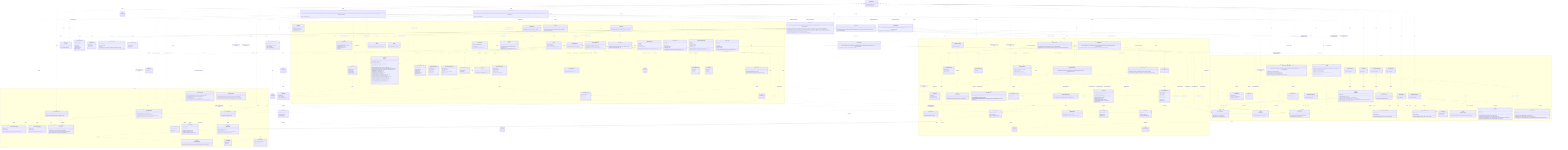
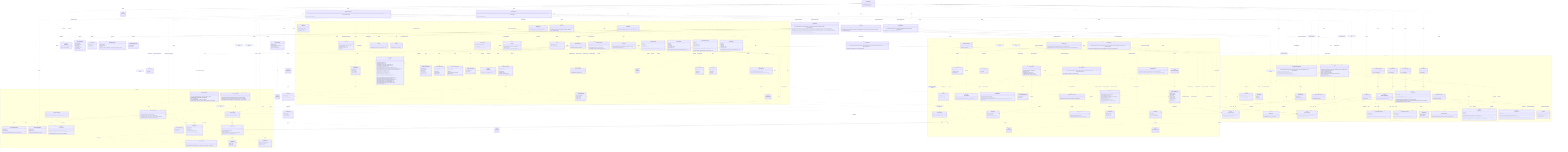
%% Authoritative, system-wide contract chart: every class and every relationship,
%% including the cross-domain interactions between modules.
%% For focused, per-domain views (intra-domain relationships only), see
%% docs/contracts/domains/ (one chart per domain + a README).
classDiagram
  direction TB

  class LicenseWizard {
    +LicenseWizard(args: string[])
    +run() Promise~Answer[]~
  }

  class IWizardMode {
    <<interface>>
    +run() Promise~Answer[]~
  }

  class InteractiveMode {
    +InteractiveMode(licenses: LicenseRepository, config: Config, manifests: ProjectManifestRepository, installer: LicenseInstaller, generator: LicenseGenerator, headers: HeaderApplier, renderer: IRenderer, reporter: IReporter, flags: WizardFlags)
    +run() Promise~Answer[]~
  }

  class NonInteractiveMode {
    +NonInteractiveMode(licenses: LicenseRepository, config: Config, manifests: ProjectManifestRepository, installer: LicenseInstaller, generator: LicenseGenerator, headers: HeaderApplier, reporter: IReporter, flags: WizardFlags, saveTargetByFlag: Record~string, string~)
    +run() Promise~Answer[]~
  }

  class VerifyMode {
    +VerifyMode(verifier: LicenseVerifier, headerVerifier: HeaderVerifier, config: Config, reporter: IReporter, strict: boolean)
    +run() Promise~Answer[]~
  }

  class WizardFlags {
    <<type>>
  }

  class HeaderApplier {
    +HeaderApplier(licenses: LicenseRepository, reader: IFileSystemReader & IPathResolver, writer: IFileSystemWriter)
    +apply(licenseId: string, style: HeaderStyle, tokens: Record~string, string~, extraIgnores: string[]) Promise~HeaderApplyReport~
    +preview(licenseId: string, style: HeaderStyle, tokens: Record~string, string~, extraIgnores: string[]) Promise~HeaderPreview | null~
    +forceApply(licenseId: string, style: HeaderStyle, tokens: Record~string, string~, file: string, options?: object) Promise~HeaderForceReport~
    +remove(extraIgnores: string[]) Promise~HeaderRemovalReport~
    +previewRemoval(extraIgnores: string[]) Promise~HeaderRemovalReport~
  }

  class HeaderApplyReport {
    +licenseId: string
    +style: HeaderStyle
    +total: number
    +written: number
    +unchanged: number
    +skipped: string[]
  }

  class HeaderPreview {
    +files: string[]
    +skipped: string[]
    +sample: string
  }

  class HeaderForceReport {
    +licenseId: string
    +style: HeaderStyle
    +file: string
    +outcome: "written" | "unchanged" | "missing" | "unsupported" | "outside"
  }

  class HeaderRemovalReport {
    +removed: string[]
    +total: number
  }

  class LicenseInstaller {
    +LicenseInstaller(config: Config, manifests: ProjectManifestRepository, generator: LicenseGenerator)
    +install(selection: LicenseSelection) Promise~void~
  }

  class LicenseVerifier {
    +LicenseVerifier(config: Config, manifests: ProjectManifestRepository, generator: LicenseGenerator, reader: IFileSystemReader)
    +verify(options: VerifyOptions) Promise~VerifyOutcome~
  }

  class LicenseSelection {
    +licenseId: string
    +tokens: Record~string, string~
    +save: ConfigSave
    +headers?: HeaderConfig
  }

  class ConfigSave {
    <<union>>
  }

  class VerifyOptions {
    +fix: boolean
  }

  class VerifyOutcome {
    <<union>>
  }

  class VerifyReport {
    +licenseId: string
    +license: DriftStatus
    +manifests: ManifestCheck[]
  }

  class ManifestCheck {
    +name: string
    +declared: string | null
    +status: DriftStatus
  }

  class DriftStatus {
    <<union>>
  }

  namespace CLI {
    class FlagParser {
      +FlagParser(flags: object)
      +parse(args: string[]) object
      +formatHelp() string
    }

    class Orchestrator {
      +Orchestrator(repository: QuestionRepository, renderer: IRenderer)
      +run() Promise~Answer[]~
    }

    class IRenderer {
      <<interface>>
      +render(question: Question) Promise~Answer~
      +onCancel() string
      +complete(summary: CompletionSummary) void
    }

    class CompletionSummary {
      +licenseId: string
      +customized: boolean
      +savedTo: string
      +manifests: string[]
      +headers?: CompletionHeaders
    }

    class CompletionHeaders {
      +style: HeaderStyle
      +written: number
      +total: number
      +skipped: string[]
    }

    class ProgressBar {
      +ProgressBar(label: string, out?: object)
      +start(total: number) void
      +update(done: number) void
      +stop() void
    }

    class ClackRenderer {
      +ClackRenderer(meta: object, spinner: Spinner)
    }

    class IReporter {
      <<interface>>
      +usage(options: string) void
      +version(version: string) void
      +tokens(licenseId: string, slots: TemplateSlot[]) void
      +generated(licenseId: string, savedTo: string) void
      +dryRun(report: DryRunReport) void
      +missingFields(licenseId: string, missing: TemplateSlot[]) void
      +unknownFields(licenseId: string, unknown: string[], slots: TemplateSlot[]) void
      +licenseNotFound(licenseId: string, suggestions: LicenseIndexEntry[]) void
      +verifyMatch(report: VerifyReport) void
      +verifyFixed(report: VerifyReport) void
      +verifyMismatch(report: VerifyReport) void
      +headersNoFiles(licenseId: string) void
      +headersGenerated(report: HeaderGenerateReport) void
      +headersDryRun(report: HeaderDryRunReport) void
      +headersForceApplied(report: HeaderForceApplyReport) void
      +headersRemoved(report: HeaderRemoveReport) void
      +headersRemoveDryRun(report: HeaderRemoveReport) void
      +headersVerifyMatch(report: HeaderVerifyReport) void
      +headersVerifyFixed(report: HeaderVerifyReport) void
      +headersVerifyMismatch(report: HeaderVerifyReport) void
      +error(message: string) void
    }

    class HeaderGenerateReport {
      +licenseId: string
      +style: HeaderStyle
      +total: number
      +written: number
      +unchanged: number
      +skipped: string[]
    }

    class HeaderDryRunReport {
      +licenseId: string
      +style: HeaderStyle
      +files: string[]
      +skipped: string[]
      +sample: string
    }

    class HeaderForceApplyReport {
      +licenseId: string
      +style: HeaderStyle
      +file: string
      +outcome: "written" | "unchanged"
      +dryRun: boolean
    }

    class HeaderRemoveReport {
      +removed: string[]
      +total: number
    }

    class DryRunReport {
      +licenseId: string
      +content: string
      +save: ConfigSave
      +manifests: string[]
    }

    class MessageReporter {
      +MessageReporter(sink: IOutputSink)
    }

    class CliReporter {
      +CliReporter(programName: string, out?: object, err?: object)
    }

    class IOutputSink {
      <<interface>>
      +emit(message: OutputMessage) void
    }

    class StreamSink {
      +StreamSink(presenter: ReportPresenter, out?: object, err?: object)
      +emit(message: OutputMessage) void
    }

    class RecordingSink {
      +RecordingSink()
      +emit(message: OutputMessage) void
      +messages: OutputMessage[]
    }

    class ReportPresenter {
      +ReportPresenter(programName: string)
      +present(message: OutputMessage, options: object) string
    }

    class OutputMessage {
      <<union>>
    }

    class Banner {
      +buildBanner(meta: object, options: object) string
    }

    class Spinner {
      +start(handle: object) Function
    }

    class QuestionRepository {
      +QuestionRepository(questions: Question[])
      +getByIndex(index: number) Question | null
      +insertAt(index: number, questions: Question[]) void
    }

    class QuestionLifecycle {
      +inject(questions: Question[]) void
    }

    class Question {
      <<union>>
    }

    class TextQuestion {
      +id: string
      +text: string
      +type: "text"
      +defaultValue: string
      +required?: boolean
      +onAnswer(answer: Answer, lifecycle: QuestionLifecycle) void
    }

    class ConfirmQuestion {
      +id: string
      +text: string
      +type: "confirm"
      +defaultValue: boolean
      +onAnswer(answer: Answer, lifecycle: QuestionLifecycle) void
    }

    class AutocompleteQuestion {
      +id: string
      +text: string
      +type: "autocomplete"
      +defaultValue: string
      +required?: boolean
      +search(query: string) Promise~AutocompleteOption[]~
      +onAnswer(answer: Answer, lifecycle: QuestionLifecycle) void
    }

    class AutocompleteOption {
      +value: string
      +label: string
      +hint: string
    }

    class SelectQuestion {
      +id: string
      +text: string
      +type: "select"
      +options: SelectOption[]
      +defaultValue: string
      +onAnswer(answer: Answer, lifecycle: QuestionLifecycle) void
    }

    class SelectOption {
      +value: string
      +label: string
      +hint: string
    }

    class Answer {
      +questionId: string
      +value: string | boolean
      +fields: Record~string, string | boolean~
    }
  }

  namespace Licensing {
    class LicenseRepository {
      +LicenseRepository(source: ILicenseSource)
      +search(query: string) Promise~LicenseIndexEntry[]~
      +suggest(query: string, limit: number) Promise~LicenseIndexEntry[]~
      +getLicense(licenseId: string) Promise~LicenseDetail~
    }

    class LicenseRepositoryError {
      +name: string
      +cause: unknown
      +LicenseRepositoryError(message: string, cause?: unknown)
    }

    class LicenseNotFoundError {
      +name: string
      +licenseId: string
      +LicenseNotFoundError(licenseId: string)
    }

    class ILicenseSource {
      <<interface>>
      +search(query: string) Promise~LicenseIndexEntry[]~
      +suggest(query: string, limit: number) Promise~LicenseIndexEntry[]~
      +fetchLicense(licenseId: string) Promise~LicenseDetail~
    }

    class SpdxLicenseSource {
      +SpdxLicenseSource(ttlMs?: number, timeoutMs?: number)
    }

    class LicenseIndexEntry {
      +licenseId: string
      +name: string
    }

    class LicenseDetail {
      +licenseId: string
      +name: string
      +licenseText: string
      +standardLicenseTemplate?: string
      +standardLicenseHeader?: string
      +standardLicenseHeaderTemplate?: string
    }

    class SpdxTemplate {
      <<abstract>>
      +SpdxTemplate(template: string)
      +slots() TemplateSlot[]
      +resolveSlots(entries: Map~string, string~) SlotResolution
      +render(values: Record~string, string~) string
    }

    class LicenseTemplate {
      +LicenseTemplate(template: string)
    }

    class LicenseCopyright {
      +LicenseCopyright(bodyTemplate: string, headerTemplate: string)
      +fromDetail(detail: LicenseDetail)$ LicenseCopyright
      +slots() TemplateSlot[]
      +requiredSlots(fullHeader: boolean) TemplateSlot[]
      +resolveFor(entries: Map~string, string~, fullHeader: boolean) SlotResolution
    }

    class resolveSlotEntries {
      <<function>>
      +resolveSlotEntries(slots: TemplateSlot[], entries: Map~string, string~) SlotResolution
    }

    class TemplateSlot {
      +token: string
      +label: string
    }

    class SlotResolution {
      +values: Record~string, string~
      +missing: TemplateSlot[]
      +unknown: string[]
    }

    class LicenseGenerator {
      +LicenseGenerator(repository: LicenseRepository, writer: IFileSystemWriter)
      +generate(licenseId: string, slotValues?: Record~string, string~) Promise~void~
      +render(licenseId: string, slotValues?: Record~string, string~) Promise~string~
    }
  }

  namespace Configuration {
    class IFileSystemReader {
      <<interface>>
      +read(path: string) Promise~string~
      +exists(path: string) Promise~boolean~
    }

    class IPathResolver {
      <<interface>>
      +realPath(path: string) Promise~string~
    }

    class IFileSystemWriter {
      <<interface>>
      +write(path: string, content: string) Promise~void~
      +delete(path: string) Promise~void~
    }

    class NodeFileSystemReader {
      +NodeFileSystemReader()
    }

    class NodeFileSystemWriter {
      +NodeFileSystemWriter()
    }

    class FileSystemReaderError {
      +name: string
      +cause: unknown
      +FileSystemReaderError(message: string, cause?: unknown)
    }

    class FileSystemWriterError {
      +name: string
      +cause: unknown
      +FileSystemWriterError(message: string, cause?: unknown)
    }

    class WizardConfig {
      +licenseId: string
      +tokens?: Record~string, string~
      +headers?: HeaderConfig
    }

    class HeaderConfig {
      +style: HeaderStyle
      +ignore?: string[]
    }

    class parseWizardConfig {
      <<function>>
      +parseWizardConfig(value: unknown, fileName: string) WizardConfig
    }

    class ConfigTarget {
      +id: string
      +label: string
    }

    class IConfigStore {
      <<interface>>
      +id: string
      +label: string
      +available(reader: IFileSystemReader) Promise~boolean~
      +read(reader: IFileSystemReader) Promise~WizardConfig | null~
      +write(reader: IFileSystemReader, writer: IFileSystemWriter, config: WizardConfig) Promise~void~
      +clear(reader: IFileSystemReader, writer: IFileSystemWriter) Promise~void~
    }

    class RcConfigStore {
      +RcConfigStore()
    }

    class ManifestConfigStore {
      <<abstract>>
      +ManifestConfigStore(fileName: string)
    }

    class NpmConfigStore {
      +NpmConfigStore()
    }

    class ComposerConfigStore {
      +ComposerConfigStore()
    }

    class Config {
      +Config(stores: IConfigStore[], reader: IFileSystemReader, writer: IFileSystemWriter)
      +read() Promise~WizardConfig | null~
      +source() Promise~string | null~
      +targets() Promise~ConfigTarget[]~
      +write(config: WizardConfig, targetId: string) Promise~void~
      +clear() Promise~void~
      +clearHeaders() Promise~void~
    }

    class IProjectManifest {
      <<interface>>
      +name: string
      +exists(reader: IFileSystemReader) Promise~boolean~
      +readLicense(reader: IFileSystemReader) Promise~string | null~
      +writeLicense(reader: IFileSystemReader, writer: IFileSystemWriter, licenseId: string) Promise~void~
    }

    class JsonManifest {
      <<abstract>>
      +JsonManifest(fileName: string)
      +name: string
      +exists(reader: IFileSystemReader) Promise~boolean~
      +readLicense(reader: IFileSystemReader) Promise~string | null~
      +writeLicense(reader: IFileSystemReader, writer: IFileSystemWriter, licenseId: string) Promise~void~
      #extractLicenseId(value: unknown)* string | null
    }

    class NpmManifest {
      +NpmManifest()
    }

    class ComposerManifest {
      +ComposerManifest()
    }

    class ProjectManifestRepository {
      +ProjectManifestRepository(manifests: IProjectManifest[], reader: IFileSystemReader, writer: IFileSystemWriter)
      +readLicense() Promise~string | null~
      +writeLicense(licenseId: string) Promise~void~
      +declaredLicenses() Promise~ManifestLicense[]~
      +writeLicenseTo(name: string, licenseId: string) Promise~void~
    }

    class ManifestLicense {
      +name: string
      +licenseId: string | null
+     }
+ 
+     class JsonStyle {
+       +detect(raw: string)$ JsonStyle
+       +default()$ JsonStyle
+       +serialize(value: unknown) string
    }
  }

  namespace Headers {
    class HeaderPlan {
      +detail: LicenseDetail
      +style: HeaderStyle
      +tokens: Record~string, string~
    }

    class HeaderStyle {
      <<union>>
    }

    class HeaderRenderer {
      +HeaderRenderer(plan: HeaderPlan)
      +supportsFull(detail: LicenseDetail)$ boolean
      +fullHeaderHasUnfilledPlaceholders(detail: LicenseDetail, tokens: Record~string, string~)$ boolean
      +body() string
    }

    class HeaderTemplate {
      +HeaderTemplate(template: string)
    }

    class HeaderComposer {
      +HeaderComposer(plan: HeaderPlan)
      +fingerprint() string
      +block(extension: string) string
      +hasManaged(content: string) boolean
      +apply(content: string, filePath: string) string
    }

    class SourceFileScanner {
      +SourceFileScanner(walker: IFileTreeWalker, reader: IFileSystemReader, matchers?: GitignoreMatcherFactory)
      +scan(options?: ScanOptions) Promise~string[]~
    }

    class ScanOptions {
      +root?: string
      +extensions?: string[]
      +extraIgnores?: string[]
    }

    class GitignoreMatcher {
      +GitignoreMatcher(patterns: string[])
      +ignores(path: string, isDirectory: boolean) boolean
    }

    class GitignoreMatcherFactory {
      +fromContent(content: string, extra?: string[]) GitignoreMatcher
    }

    class IFileTreeWalker {
      <<interface>>
      +walk(root: string, skipDirectory: Function) Promise~string[]~
    }

    class NodeFileTreeWalker {
      +NodeFileTreeWalker()
    }

    class HeaderInstaller {
      +HeaderInstaller(reader: IFileSystemReader, writer: IFileSystemWriter)
      +install(files: string[], plan: HeaderPlan, onProgress?: Function) Promise~HeaderInstallSummary~
    }

    class HeaderInstallSummary {
      +written: string[]
      +unchanged: string[]
      +skipped: string[]
    }

    class SourceFile {
      +SourceFile(content: string, path: string)
      +extensionOf(path: string)$ string
      +commentStyleFor(extension: string)$ CommentStyle
      +hasManagedHeader() boolean
      +canPlaceHeader() boolean
      +withoutManagedHeaders() SourceFile
      +withManagedHeader(block: string) SourceFile
      +toString() string
    }

    class CommentStyle {
      +blockStart: string
      +linePrefix: string
      +blockEnd: string
    }

    class HeaderRemover {
      +HeaderRemover(reader: IFileSystemReader, writer: IFileSystemWriter)
      +remove(files: string[], onProgress?: Function) Promise~HeaderRemoveSummary~
    }

    class HeaderRemoveSummary {
      +removed: string[]
      +total: number
    }

    class HeaderVerifier {
      +HeaderVerifier(scanner: SourceFileScanner, reader: IFileSystemReader, writer: IFileSystemWriter, licenses: LicenseRepository)
      +verify(config: WizardConfig, options: HeaderVerifyOptions) Promise~HeaderVerifyOutcome~
    }

    class HeaderVerifyOptions {
      +fix: boolean
    }

    class HeaderVerifyOutcome {
      <<union>>
    }

    class HeaderVerifyReport {
      +licenseId: string
      +style: HeaderStyle
      +total: number
      +matched: string[]
      +missing: string[]
      +drifted: HeaderDrift[]
      +fixed: string[]
      +skipped: string[]
    }

    class HeaderDrift {
      +file: string
      +declares: object | null
      +reason: HeaderDriftReason
    }

    class HeaderDriftReason {
      <<union>>
    }
  }

  TextQuestion ..|> Question : member of
  ConfirmQuestion ..|> Question : member of
  AutocompleteQuestion ..|> Question : member of
  SelectQuestion ..|> Question : member of
  TextQuestion ..> QuestionLifecycle : onAnswer receives
  ConfirmQuestion ..> QuestionLifecycle : onAnswer receives
  AutocompleteQuestion ..> QuestionLifecycle : onAnswer receives
  SelectQuestion ..> QuestionLifecycle : onAnswer receives
  SelectQuestion ..> SelectOption : offers
  Orchestrator ..> QuestionLifecycle : creates
  ClackRenderer ..|> IRenderer : implements
  ClackRenderer ..> Spinner : uses
  ClackRenderer ..> Banner : renders
  IRenderer ..> CompletionSummary : renders
  ClackRenderer ..> CompletionSummary : renders
  MessageReporter ..|> IReporter : implements
  CliReporter --|> MessageReporter : terminal wiring
  MessageReporter ..> IOutputSink : emits to
  MessageReporter ..> OutputMessage : builds
  StreamSink ..|> IOutputSink : implements
  RecordingSink ..|> IOutputSink : implements
  StreamSink ..> ReportPresenter : renders with
  ReportPresenter ..> OutputMessage : renders
  CliReporter ..> StreamSink : wires
  CliReporter ..> ReportPresenter : wires
  MessageReporter ..> TemplateSlot : reads
  MessageReporter ..> VerifyReport : reads
  MessageReporter ..> DryRunReport : reads
  %% Composition root: LicenseWizard parses flags, builds the shared graph, and
  %% delegates each run to one of the three modes through IWizardMode.
  LicenseWizard ..> FlagParser : uses
  LicenseWizard ..> WizardFlags : parses
  LicenseWizard ..> CliReporter : creates
  LicenseWizard ..> IReporter : reports usage through
  LicenseWizard ..> ClackRenderer : creates
  LicenseWizard ..> SpdxLicenseSource : creates
  LicenseWizard ..> LicenseRepository : creates
  LicenseWizard ..> LicenseGenerator : creates
  LicenseWizard ..> LicenseInstaller : creates
  LicenseWizard ..> HeaderApplier : creates
  LicenseWizard ..> LicenseVerifier : creates
  LicenseWizard ..> IWizardMode : delegates the run to
  LicenseWizard ..> InteractiveMode : creates
  LicenseWizard ..> NonInteractiveMode : creates
  LicenseWizard ..> VerifyMode : creates
  InteractiveMode ..|> IWizardMode : implements
  NonInteractiveMode ..|> IWizardMode : implements
  VerifyMode ..|> IWizardMode : implements

  %% Interactive mode: the prompt-driven setup flow.
  InteractiveMode ..> ClackRenderer : renders through
  InteractiveMode ..> IRenderer : reports completion through
  InteractiveMode ..> Orchestrator : creates
  InteractiveMode ..> QuestionRepository : creates
  InteractiveMode ..> LicenseRepository : searches and resolves with
  InteractiveMode ..> LicenseTemplate : creates
  InteractiveMode ..> HeaderRenderer : checks full-header support with
  InteractiveMode ..> LicenseInstaller : applies selection through
  InteractiveMode ..> HeaderApplier : applies headers through
  InteractiveMode ..> LicenseGenerator : renders dry-run preview through
  InteractiveMode ..> Config : reads config and targets from
  InteractiveMode ..> ProjectManifestRepository : reads and reports manifests through
  InteractiveMode ..> IReporter : reports dry-run through
  InteractiveMode ..> LicenseSelection : builds
  InteractiveMode ..> DryRunReport : builds

  %% Non-interactive mode: flag-driven generation, apply-config, and removal.
  NonInteractiveMode ..> LicenseRepository : resolves and suggests with
  NonInteractiveMode ..> LicenseTemplate : creates
  NonInteractiveMode ..> HeaderRenderer : checks full-header support with
  NonInteractiveMode ..> LicenseInstaller : applies selection through
  NonInteractiveMode ..> HeaderApplier : applies headers through
  NonInteractiveMode ..> LicenseGenerator : renders dry-run preview through
  NonInteractiveMode ..> Config : reads config and clears headers through
  NonInteractiveMode ..> ProjectManifestRepository : reports manifests through
  NonInteractiveMode ..> IReporter : reports through
  NonInteractiveMode ..> LicenseSelection : builds
  NonInteractiveMode ..> DryRunReport : builds
  NonInteractiveMode ..> LicenseNotFoundError : handles

  %% Verify mode: LICENSE/manifest and source-header verification.
  VerifyMode ..> LicenseVerifier : verifies through
  VerifyMode ..> HeaderVerifier : verifies headers through
  VerifyMode ..> Config : reads config from
  VerifyMode ..> IReporter : reports through

  LicenseInstaller ..> Config : uses
  LicenseInstaller ..> ProjectManifestRepository : writes selection to
  LicenseInstaller ..> LicenseGenerator : uses
  LicenseInstaller ..> LicenseSelection : applies
  LicenseVerifier ..> Config : reads config from
  LicenseVerifier ..> ProjectManifestRepository : checks and reconciles manifests through
  LicenseVerifier ..> LicenseGenerator : re-renders and rewrites with
  LicenseVerifier ..> IFileSystemReader : reads LICENSE through
  LicenseVerifier ..> VerifyOptions : configured by
  LicenseVerifier ..> VerifyOutcome : returns
  VerifyOutcome ..> VerifyReport : carries
  VerifyReport ..> ManifestCheck : aggregates
  VerifyReport ..> DriftStatus : statuses by
  ManifestCheck ..> DriftStatus : status by
  ProjectManifestRepository ..> ManifestLicense : produces
  LicenseSelection ..> ConfigSave : has
  DryRunReport ..> ConfigSave : carries
  Orchestrator ..> QuestionRepository : gets questions from
  Orchestrator ..> IRenderer : feeds questions to
  ClackRenderer ..> Question : renders
  QuestionRepository ..> Question : produces
  AutocompleteQuestion ..> AutocompleteOption : search produces
  Orchestrator ..> Answer : collects
  SpdxLicenseSource ..|> ILicenseSource : implements
  LicenseRepository ..> ILicenseSource : uses
  LicenseRepository ..> LicenseIndexEntry : produces
  LicenseRepository ..> LicenseDetail : produces
  LicenseRepository ..> LicenseRepositoryError : throws
  LicenseRepository ..> LicenseNotFoundError : throws
  SpdxLicenseSource ..> LicenseNotFoundError : throws
  MessageReporter ..> LicenseIndexEntry : reads
  LicenseGenerator ..> LicenseRepository : uses
  LicenseGenerator ..> IFileSystemWriter : uses
  LicenseGenerator ..> LicenseTemplate : uses
  LicenseTemplate --|> SpdxTemplate : extends
  LicenseCopyright ..> LicenseTemplate : parses body and header with
  LicenseCopyright ..> resolveSlotEntries : resolves with
  SpdxTemplate ..> resolveSlotEntries : resolves with
  HeaderTemplate --|> SpdxTemplate : extends
  SpdxTemplate ..> TemplateSlot : produces
  SpdxTemplate ..> SlotResolution : produces
  NodeFileSystemReader ..|> IFileSystemReader : implements
  NodeFileSystemReader ..|> IPathResolver : implements
  NodeFileSystemWriter ..|> IFileSystemWriter : implements
  NodeFileSystemReader ..> FileSystemReaderError : throws
  NodeFileSystemWriter ..> FileSystemWriterError : throws
  Config ..> IConfigStore : coordinates
  Config ..> IFileSystemReader : uses
  Config ..> IFileSystemWriter : uses
  Config ..> WizardConfig : produces
  Config ..> ConfigTarget : produces
  Config ..> FileSystemWriterError : throws
  RcConfigStore ..|> IConfigStore : implements
  ManifestConfigStore ..|> IConfigStore : implements
  NpmConfigStore --|> ManifestConfigStore : extends
  ComposerConfigStore --|> ManifestConfigStore : extends
  RcConfigStore ..> IFileSystemReader : uses
  RcConfigStore ..> IFileSystemWriter : uses
  RcConfigStore ..> FileSystemReaderError : throws
  RcConfigStore ..> FileSystemWriterError : throws
  ManifestConfigStore ..> IFileSystemReader : uses
  ManifestConfigStore ..> IFileSystemWriter : uses
  ManifestConfigStore ..> FileSystemReaderError : throws
  ManifestConfigStore ..> FileSystemWriterError : throws
  JsonManifest ..|> IProjectManifest : implements
  NpmManifest --|> JsonManifest : extends
  ComposerManifest --|> JsonManifest : extends
  JsonManifest ..> IFileSystemReader : uses
  JsonManifest ..> IFileSystemWriter : uses
  JsonManifest ..> FileSystemReaderError : throws
  JsonManifest ..> FileSystemWriterError : throws
+   JsonManifest ..> JsonStyle : preserves formatting with
+   ManifestConfigStore ..> JsonStyle : preserves formatting with
  ProjectManifestRepository ..> IProjectManifest : coordinates
  ProjectManifestRepository ..> IFileSystemReader : uses
  ProjectManifestRepository ..> IFileSystemWriter : uses
  LicenseWizard ..> NodeFileSystemReader : creates
  LicenseWizard ..> NodeFileSystemWriter : creates
  LicenseWizard ..> Config : creates
  LicenseWizard ..> RcConfigStore : creates
  LicenseWizard ..> NpmConfigStore : creates
  LicenseWizard ..> ComposerConfigStore : creates
  LicenseWizard ..> NpmManifest : creates
  LicenseWizard ..> ComposerManifest : creates
  LicenseWizard ..> ProjectManifestRepository : creates
  LicenseWizard ..> HeaderVerifier : creates
  LicenseWizard ..> SourceFileScanner : creates
  LicenseWizard ..> NodeFileTreeWalker : creates
  %% HeaderApplier owns the source-file header surface for both write modes.
  HeaderApplier ..> SourceFileScanner : creates
  HeaderApplier ..> NodeFileTreeWalker : creates
  HeaderApplier ..> HeaderInstaller : creates
  HeaderApplier ..> HeaderInstaller : writes headers through
  HeaderApplier ..> HeaderRemover : creates
  HeaderApplier ..> HeaderRemover : removes headers through
  HeaderApplier ..> SourceFile : previews removal with
  HeaderApplier ..> HeaderComposer : previews header block with
  HeaderApplier ..> ProgressBar : drives header progress with
  HeaderApplier ..> HeaderPlan : builds
  HeaderApplier ..> LicenseRepository : fetches header detail through
  HeaderApplier ..> HeaderApplyReport : produces
  HeaderApplier ..> HeaderPreview : produces
  HeaderApplier ..> HeaderForceReport : produces
  HeaderApplier ..> IPathResolver : confines forced writes through
  HeaderApplier ..> HeaderRemovalReport : produces
  MessageReporter ..> HeaderGenerateReport : reads
  MessageReporter ..> HeaderDryRunReport : reads
  MessageReporter ..> HeaderForceApplyReport : reads
  MessageReporter ..> HeaderRemoveReport : reads
  MessageReporter ..> HeaderVerifyReport : reads
  MessageReporter ..> HeaderDrift : reduces drift from
  HeaderConfig ..> HeaderStyle : style by
  HeaderPlan ..> LicenseDetail : carries
  HeaderPlan ..> HeaderStyle : styled by
  HeaderRenderer ..> HeaderPlan : renders
  HeaderRenderer ..> HeaderTemplate : substitutes header template with
  HeaderComposer ..> HeaderPlan : composes
  HeaderComposer ..> HeaderRenderer : renders body with
  HeaderInstaller ..> HeaderComposer : applies header with
  HeaderInstaller ..> HeaderPlan : applies
  HeaderInstaller ..> IFileSystemReader : reads files through
  HeaderInstaller ..> IFileSystemWriter : writes files through
  HeaderInstaller ..> HeaderInstallSummary : produces
  HeaderRemover ..> SourceFile : strips header through
  HeaderRemover ..> IFileSystemReader : reads files through
  HeaderRemover ..> IFileSystemWriter : writes files through
  HeaderRemover ..> HeaderRemoveSummary : produces
  HeaderComposer ..> SourceFile : places header through
  SourceFile ..> CommentStyle : wraps with
  SourceFileScanner ..> SourceFile : derives extension with
  HeaderVerifier ..> SourceFileScanner : rediscovers files through
  HeaderVerifier ..> HeaderComposer : compares against
  HeaderVerifier ..> LicenseRepository : fetches header detail through
  HeaderVerifier ..> IFileSystemReader : reads files through
  HeaderVerifier ..> IFileSystemWriter : rewrites files through
  HeaderVerifier ..> WizardConfig : verifies against
  HeaderVerifier ..> HeaderVerifyOptions : configured by
  HeaderVerifier ..> HeaderVerifyOutcome : returns
  HeaderVerifyOutcome ..> HeaderVerifyReport : carries
  HeaderVerifyReport ..> HeaderDrift : details drift by
  HeaderDrift ..> HeaderDriftReason : explained by
  HeaderVerifier ..> HeaderDrift : classifies drift into
  SourceFileScanner ..> IFileTreeWalker : walks with
  SourceFileScanner ..> IFileSystemReader : reads .gitignore through
  SourceFileScanner ..> GitignoreMatcherFactory : builds matchers with
  SourceFileScanner ..> GitignoreMatcher : filters with
  SourceFileScanner ..> ScanOptions : configured by
  GitignoreMatcherFactory ..> GitignoreMatcher : creates
  NodeFileTreeWalker ..|> IFileTreeWalker : implements
  ClackRenderer ..> CompletionHeaders : renders
  CompletionSummary ..> CompletionHeaders : carries
